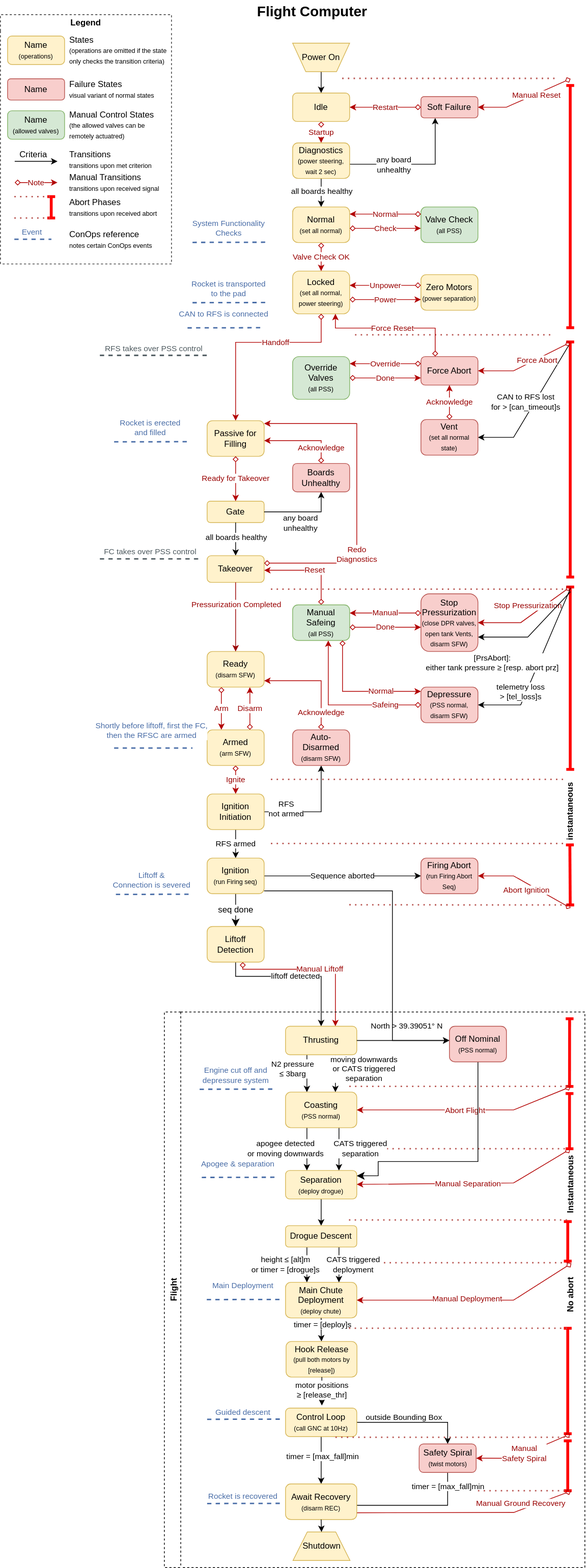
The draw.io diagram state-machines/fc-flight-state-machine.drawio.svg in aris-space/asteria-remote-computers, before a commit. Source tidied: cells renumbered, new cells last; positions are measured from the earlier drawing's top-left corner, leaving out a move shared by most shapes.
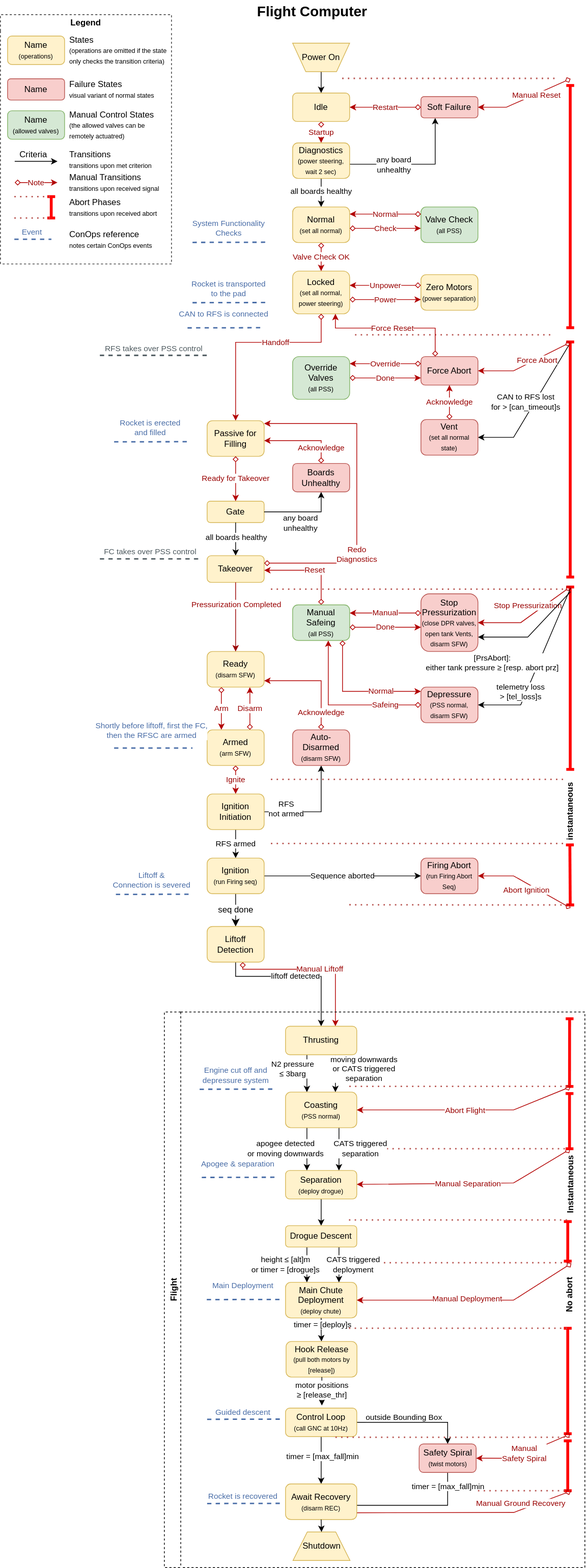
After the commit.

Commit message:
Revert "add a off-nominal bounding line"

Change to the diagram source:
```diff
@@ -443,26 +443,6 @@
         <mxPoint x="167" y="404" as="targetPoint" />
       </mxGeometry>
     </mxCell>
-    <mxCell id="85" style="edgeStyle=orthogonalEdgeStyle;rounded=0;jettySize=auto;html=1;fontSize=12;startSize=8;endSize=8;" parent="33" edge="1" source="86" target="56">
-      <mxGeometry x="0.13" relative="1" as="geometry">
-        <Array as="points">
-          <mxPoint x="440" y="210" />
-          <mxPoint x="300" y="210" />
-          <mxPoint x="300" y="230" />
-        </Array>
-      </mxGeometry>
-    </mxCell>
-    <mxCell id="86" value="Off Nominal&lt;div&gt;&lt;font style=&quot;font-size: 9px;&quot;&gt;(PSS normal)&lt;/font&gt;&lt;/div&gt;" style="rounded=1;whiteSpace=wrap;html=1;fillColor=#f8cecc;strokeColor=#b85450;verticalAlign=middle;align=center;fontFamily=Helvetica;fontSize=12;fontColor=default;fillStyle=auto;" parent="33" vertex="1">
-      <mxGeometry x="400" y="20" width="80" height="50" as="geometry" />
-    </mxCell>
-    <mxCell id="87" value="North &amp;gt;&amp;nbsp;39.39051° N" style="edgeStyle=orthogonalEdgeStyle;rounded=0;jettySize=auto;html=1;" parent="33" edge="1" source="70" target="86">
-      <mxGeometry x="0.08" y="20" relative="1" as="geometry">
-        <Array as="points">
-          <mxPoint x="470" y="20" />
-          <mxPoint x="470" y="20" />
-        </Array>
-      </mxGeometry>
-    </mxCell>
     <mxCell id="88" value="Valve Check OK" style="edgeStyle=orthogonalEdgeStyle;rounded=0;jettySize=auto;html=1;shadow=0;strokeColor=#B20000;strokeWidth=1;align=center;verticalAlign=middle;fontFamily=Helvetica;fontSize=11;fontColor=#990000;labelBackgroundColor=default;jumpStyle=none;jumpSize=5;startArrow=diamond;startFill=0;endArrow=classic;flowAnimation=0;fillColor=#e51400;" parent="1" edge="1" source="162" target="12">
       <mxGeometry relative="1" as="geometry" />
     </mxCell>
@@ -876,14 +856,6 @@
         </Array>
       </mxGeometry>
     </mxCell>
-    <mxCell id="168" style="edgeStyle=orthogonalEdgeStyle;rounded=0;jettySize=auto;html=1;" parent="1" edge="1" source="135" target="86">
-      <mxGeometry x="0.22" y="40" relative="1" as="geometry">
-        <Array as="points">
-          <mxPoint x="550" y="1250" />
-          <mxPoint x="550" y="1460" />
-        </Array>
-      </mxGeometry>
-    </mxCell>
     <mxCell id="169" value="Liftoff Detection" style="rounded=1;whiteSpace=wrap;html=1;fillColor=#fff2cc;strokeColor=#d6b656;verticalAlign=middle;align=center;fontFamily=Helvetica;fontSize=12;fontColor=default;" parent="1" vertex="1">
       <mxGeometry x="290" y="1300" width="80" height="50" as="geometry" />
     </mxCell>
```
